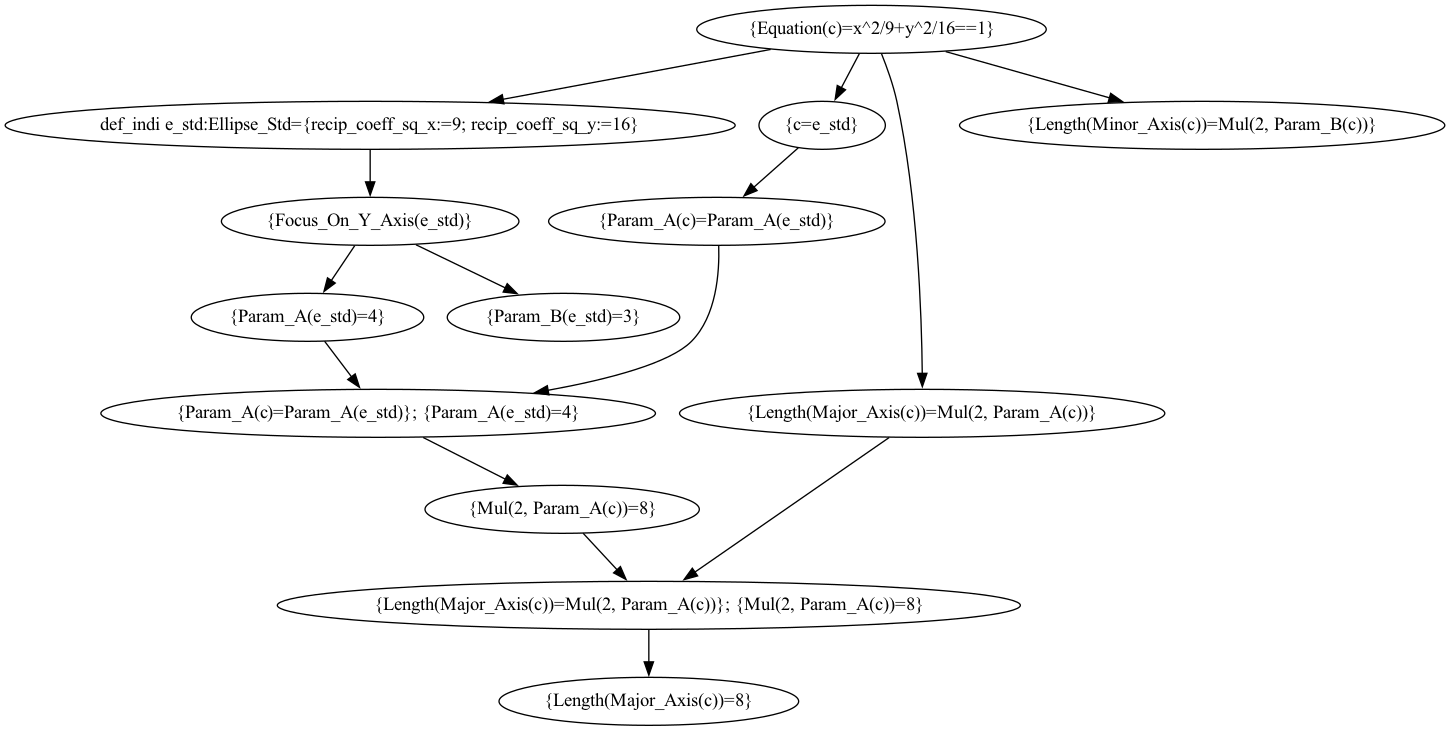
Before: reasoning_engine/all_progress.png, a diagram exported from Graphviz (trapped-beast/KE_Reasoning_Engine). Its source is kept beside it as reasoning_engine/all_progress.dot.
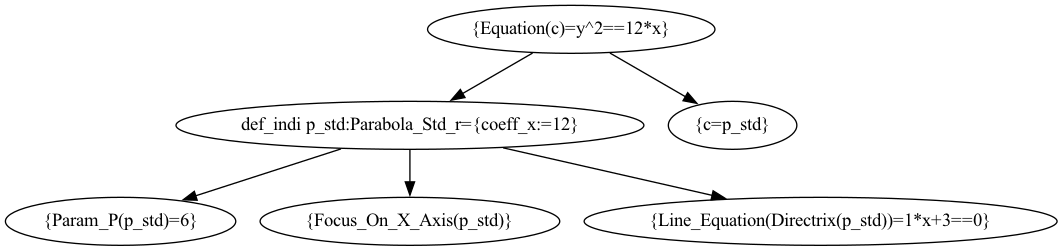
The same diagram one commit later.

What changed in the source:
```diff
@@ -1,57 +1,27 @@
 digraph all_progress {
-	graph [bb="0,0,1079.6,540"];
+	graph [bb="0,0,788.88,180"];
 	node [label="\N"];
-	"{Equation(c)=x^2/9+y^2/16==1}"	[height=0.5,
-		pos="649.63,522",
-		width=3.6469];
-	"def_indi e_std:Ellipse_Std={recip_coeff_sq_x:=9; recip_coeff_sq_y:=16}"	[height=0.5,
-		pos="273.63,450",
-		width=7.6007];
-	"{Equation(c)=x^2/9+y^2/16==1}" -> "def_indi e_std:Ellipse_Std={recip_coeff_sq_x:=9; recip_coeff_sq_y:=16}"	[pos="e,362.02,467.46 573.99,506.92 516.23,496.17 436.12,481.25 373.16,469.53"];
-	"{c=e_std}"	[height=0.5,
-		pos="612.63,450",
-		width=1.3179];
-	"{Equation(c)=x^2/9+y^2/16==1}" -> "{c=e_std}"	[pos="e,621.67,468.1 640.48,503.7 636.4,495.98 631.5,486.71 626.96,478.11"];
-	"{Length(Major_Axis(c))=Mul(2, Param_A(c))}"	[height=0.5,
-		pos="687.63,234",
-		width=5.0551];
-	"{Equation(c)=x^2/9+y^2/16==1}" -> "{Length(Major_Axis(c))=Mul(2, Param_A(c))}"	[pos="e,687.76,252.47 657.14,503.67 661.23,493.48 665.98,480.23 668.63,468 684.26,395.66 687.26,308.15 687.69,263.79"];
-	"{Length(Minor_Axis(c))=Mul(2, Param_B(c))}"	[height=0.5,
-		pos="897.63,450",
-		width=5.0551];
-	"{Equation(c)=x^2/9+y^2/16==1}" -> "{Length(Minor_Axis(c))=Mul(2, Param_B(c))}"	[pos="e,839.13,467.51 705.28,505.29 741.7,495.01 789.56,481.5 828.43,470.53"];
-	"{Focus_On_Y_Axis(e_std)}"	[height=0.5,
-		pos="273.63,378",
-		width=3.1053];
-	"def_indi e_std:Ellipse_Std={recip_coeff_sq_x:=9; recip_coeff_sq_y:=16}" -> "{Focus_On_Y_Axis(e_std)}"	[pos="e,273.63,396.1 273.63,431.7 273.63,424.41 273.63,415.73 273.63,407.54"];
-	"{Param_A(c)=Param_A(e_std)}"	[height=0.5,
-		pos="533.63,378",
-		width=3.5025];
-	"{c=e_std}" -> "{Param_A(c)=Param_A(e_std)}"	[pos="e,552.86,396.04 594.7,433.12 584.86,424.39 572.44,413.39 561.37,403.58"];
-	"{Length(Major_Axis(c))=Mul(2, Param_A(c))}; {Mul(2, Param_A(c))=8}"	[height=0.5,
-		pos="482.63,90",
-		width=7.7451];
-	"{Length(Major_Axis(c))=Mul(2, Param_A(c))}" -> "{Length(Major_Axis(c))=Mul(2, Param_A(c))}; {Mul(2, Param_A(c))=8}"	[pos="e,507.76,108.41 662.9,215.87 626.52,190.67 558.43,143.51 517.15,114.91"];
-	"{Param_A(e_std)=4}"	[height=0.5,
-		pos="226.63,306",
-		width=2.4192];
-	"{Focus_On_Y_Axis(e_std)}" -> "{Param_A(e_std)=4}"	[pos="e,238.11,324.1 262.01,359.7 256.71,351.81 250.33,342.3 244.45,333.55"];
-	"{Param_B(e_std)=3}"	[height=0.5,
-		pos="418.63,306",
-		width=2.4192];
-	"{Focus_On_Y_Axis(e_std)}" -> "{Param_B(e_std)=3}"	[pos="e,385.26,323.11 307.99,360.41 328.07,350.72 353.6,338.39 375.08,328.02"];
-	"{Param_A(c)=Param_A(e_std)}; {Param_A(e_std)=4}"	[height=0.5,
-		pos="279.63,234",
-		width=5.7773];
-	"{Param_A(e_std)=4}" -> "{Param_A(c)=Param_A(e_std)}; {Param_A(e_std)=4}"	[pos="e,266.55,252.28 239.46,288.05 245.55,280.01 252.97,270.2 259.77,261.23"];
-	"{Param_A(c)=Param_A(e_std)}" -> "{Param_A(c)=Param_A(e_std)}; {Param_A(e_std)=4}"	[pos="e,395.74,249.3 535.04,359.73 535.67,339.69 533.4,306.99 514.63,288 498.57,271.75 453.42,259.72 406.94,251.27"];
-	"{Mul(2, Param_A(c))=8}"	[height=0.5,
-		pos="417.63,162",
-		width=2.8525];
-	"{Param_A(c)=Param_A(e_std)}; {Param_A(e_std)=4}" -> "{Mul(2, Param_A(c))=8}"	[pos="e,385.17,179.47 313.38,215.88 332,206.43 355.3,194.61 375.15,184.55"];
-	"{Mul(2, Param_A(c))=8}" -> "{Length(Major_Axis(c))=Mul(2, Param_A(c))}; {Mul(2, Param_A(c))=8}"	[pos="e,466.58,108.28 433.36,144.05 440.99,135.84 450.32,125.79 458.8,116.66"];
-	"{Length(Major_Axis(c))=8}"	[height=0.5,
-		pos="482.63,18",
+	"{Equation(c)=y^2==12*x}"	[height=0.5,
+		pos="424.44,162",
+		width=2.997];
+	"def_indi p_std:Parabola_Std_r={coeff_x:=12}"	[height=0.5,
+		pos="303.44,90",
+		width=4.8746];
+	"{Equation(c)=y^2==12*x}" -> "def_indi p_std:Parabola_Std_r={coeff_x:=12}"	[pos="e,333.03,108.12 395.46,144.23 379.68,135.1 359.93,123.68 342.78,113.76"];
+	"{c=p_std}"	[height=0.5,
+		pos="545.44,90",
+		width=1.336];
+	"{Equation(c)=y^2==12*x}" -> "{c=p_std}"	[pos="e,519.98,105.73 453.42,144.23 470.45,134.38 492.1,121.86 510.12,111.43"];
+	"{Param_P(p_std)=6}"	[height=0.5,
+		pos="86.442,18",
+		width=2.4012];
+	"def_indi p_std:Parabola_Std_r={coeff_x:=12}" -> "{Param_P(p_std)=6}"	[pos="e,131.86,33.65 251.74,72.322 218.82,61.704 176.19,47.952 142.47,37.074"];
+	"{Focus_On_X_Axis(p_std)}"	[height=0.5,
+		pos="303.44,18",
 		width=3.1233];
-	"{Length(Major_Axis(c))=Mul(2, Param_A(c))}; {Mul(2, Param_A(c))=8}" -> "{Length(Major_Axis(c))=8}"	[pos="e,482.63,36.104 482.63,71.697 482.63,64.407 482.63,55.726 482.63,47.536"];
+	"def_indi p_std:Parabola_Std_r={coeff_x:=12}" -> "{Focus_On_X_Axis(p_std)}"	[pos="e,303.44,36.104 303.44,71.697 303.44,64.407 303.44,55.726 303.44,47.536"];
+	"{Line_Equation(Directrix(p_std))=1*x+3==0}"	[height=0.5,
+		pos="611.44,18",
+		width=4.9287];
+	"def_indi p_std:Parabola_Std_r={coeff_x:=12}" -> "{Line_Equation(Directrix(p_std))=1*x+3==0}"	[pos="e,541.3,34.942 373.33,73.116 419.93,62.525 481.35,48.566 530.14,37.478"];
 }
```
